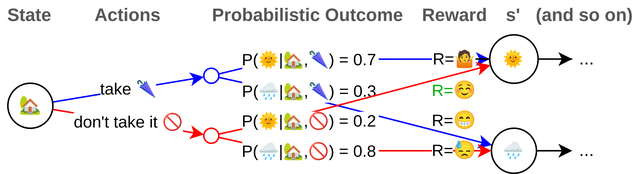
ros-wg-delib/rl_deliberation keeps this draw.io diagram as slides/media/mdp.drawio.png. Above is the earlier version. Source tidied: cells renumbered, new cells last; positions are measured from the earlier drawing's top-left corner, leaving out a move shared by most shapes. Source of this version:
```xml
<mxGraphModel>
  <root>
    <mxCell id="0" />
    <mxCell id="1" parent="0" />
    <mxCell id="2" value="take&amp;nbsp;&lt;span style=&quot;color: rgb(63, 63, 63);&quot;&gt;🌂&lt;/span&gt;" style="edgeStyle=none;html=1;labelBackgroundColor=default;strokeColor=#0000FF;" parent="1" edge="1" source="4" target="12">
      <mxGeometry relative="1" as="geometry" />
    </mxCell>
    <mxCell id="3" value="don't take it&amp;nbsp;🚫" style="edgeStyle=none;html=1;labelBackgroundColor=default;strokeColor=#FF0000;" parent="1" edge="1" source="4" target="11">
      <mxGeometry relative="1" as="geometry" />
    </mxCell>
    <mxCell id="4" value="🏡" style="ellipse;whiteSpace=wrap;html=1;" parent="1" vertex="1">
      <mxGeometry x="5.8" y="55" width="30" height="30" as="geometry" />
    </mxCell>
    <mxCell id="5" value="P(🌞|🏡,🌂) = 0.7" style="edgeStyle=none;strokeColor=#0000FF;" parent="1" edge="1" source="12" target="20">
      <mxGeometry x="-0.32" relative="1" as="geometry">
        <Array as="points">
          <mxPoint x="187" y="39" />
        </Array>
      </mxGeometry>
    </mxCell>
    <mxCell id="6" value="P(🌧️|🏡,🌂) = 0.3" style="edgeStyle=none;strokeColor=#0000FF;" parent="1" edge="1" source="12" target="9">
      <mxGeometry x="-0.35" y="5" relative="1" as="geometry">
        <Array as="points">
          <mxPoint x="187" y="60" />
        </Array>
      </mxGeometry>
    </mxCell>
    <mxCell id="7" value="P(🌞|🏡,🚫) = 0.2" style="edgeStyle=none;strokeColor=#FF0000;" parent="1" edge="1" source="11" target="20">
      <mxGeometry x="-0.35" y="-5" relative="1" as="geometry">
        <Array as="points">
          <mxPoint x="187" y="80" />
        </Array>
      </mxGeometry>
    </mxCell>
    <mxCell id="8" value="Actions" style="text;html=1;align=center;verticalAlign=middle;whiteSpace=wrap;rounded=0;fontStyle=1;fontColor=#575757;" parent="1" vertex="1">
      <mxGeometry x="55.8" y="-0.1" width="60" height="20" as="geometry" />
    </mxCell>
    <mxCell id="9" value="&lt;span style=&quot;color: rgb(0, 0, 0); font-size: 11px; text-wrap-mode: nowrap; background-color: rgb(255, 255, 255);&quot;&gt;🌧️&lt;/span&gt;" style="ellipse;whiteSpace=wrap;html=1;" parent="1" vertex="1">
      <mxGeometry x="328.1" y="85" width="30" height="30" as="geometry" />
    </mxCell>
    <mxCell id="10" value="P(🌧️|🏡,🚫) = 0.8" style="edgeStyle=none;strokeColor=#FF0000;" parent="1" edge="1" source="11" target="9">
      <mxGeometry x="-0.33" relative="1" as="geometry">
        <Array as="points">
          <mxPoint x="187" y="100" />
        </Array>
      </mxGeometry>
    </mxCell>
    <mxCell id="11" style="ellipse;whiteSpace=wrap;html=1;strokeColor=#FF0000;" parent="1" vertex="1">
      <mxGeometry x="136.4" y="85" width="10" height="10" as="geometry" />
    </mxCell>
    <mxCell id="12" style="ellipse;whiteSpace=wrap;html=1;strokeColor=#0000FF;" parent="1" vertex="1">
      <mxGeometry x="136.4" y="45" width="10" height="10" as="geometry" />
    </mxCell>
    <mxCell id="13" value="State" style="text;html=1;align=center;verticalAlign=middle;whiteSpace=wrap;rounded=0;fontStyle=1;fontColor=#575757;" parent="1" vertex="1">
      <mxGeometry x="0.1" y="-0.1" width="41.2" height="20" as="geometry" />
    </mxCell>
    <mxCell id="14" value="Probabilistic Outcome" style="text;html=1;align=center;verticalAlign=middle;whiteSpace=wrap;rounded=0;fontStyle=1;fontColor=#575757;" parent="1" vertex="1">
      <mxGeometry x="136.4" y="-0.1" width="140" height="20" as="geometry" />
    </mxCell>
    <mxCell id="15" style="edgeStyle=none;html=1;" parent="1" edge="1" source="9" target="16">
      <mxGeometry x="-0.03" relative="1" as="geometry" />
    </mxCell>
    <mxCell id="16" value="..." style="text;html=1;align=center;verticalAlign=middle;whiteSpace=wrap;rounded=0;" parent="1" vertex="1">
      <mxGeometry x="382" y="92.5" width="20" height="15" as="geometry" />
    </mxCell>
    <mxCell id="17" style="edgeStyle=none;html=1;" parent="1" edge="1" source="20" target="19">
      <mxGeometry x="-0.03" relative="1" as="geometry" />
    </mxCell>
    <mxCell id="18" style="edgeStyle=none;html=1;" parent="1" edge="1" source="19">
      <mxGeometry relative="1" as="geometry">
        <mxPoint x="302" y="38.9" as="targetPoint" />
      </mxGeometry>
    </mxCell>
    <mxCell id="19" value="..." style="text;html=1;align=center;verticalAlign=middle;whiteSpace=wrap;rounded=0;" parent="1" vertex="1">
      <mxGeometry x="382" y="31.4" width="20" height="15" as="geometry" />
    </mxCell>
    <mxCell id="20" value="&lt;span style=&quot;color: rgb(0, 0, 0); font-size: 11px; text-wrap-mode: nowrap; background-color: rgb(255, 255, 255);&quot;&gt;🌞&lt;/span&gt;" style="ellipse;whiteSpace=wrap;html=1;" parent="1" vertex="1">
      <mxGeometry x="327" y="22.8" width="32.2" height="32.2" as="geometry" />
    </mxCell>
    <mxCell id="21" value="&lt;span style=&quot;font-size: 11px; text-wrap-mode: nowrap; background-color: rgb(255, 255, 255);&quot;&gt;&lt;font style=&quot;color: rgb(0, 0, 0);&quot;&gt;R=🤷&lt;/font&gt;&lt;/span&gt;" style="text;html=1;align=center;verticalAlign=middle;whiteSpace=wrap;rounded=0;" parent="1" vertex="1">
      <mxGeometry x="287" y="30.4" width="32.8" height="17" as="geometry" />
    </mxCell>
    <mxCell id="22" value="&lt;font style=&quot;color: rgb(0, 176, 0);&quot;&gt;&lt;span style=&quot;font-size: 11px; text-wrap-mode: nowrap; background-color: rgb(255, 255, 255);&quot;&gt;&lt;font&gt;R=&lt;/font&gt;&lt;/span&gt;&lt;font&gt;☺️&lt;/font&gt;&lt;/font&gt;" style="text;html=1;align=center;verticalAlign=middle;whiteSpace=wrap;rounded=0;fontColor=#000000;" parent="1" vertex="1">
      <mxGeometry x="287" y="51" width="32.8" height="17" as="geometry" />
    </mxCell>
    <mxCell id="23" value="&lt;font style=&quot;color: rgb(0, 0, 0);&quot;&gt;&lt;font style=&quot;color: rgb(0, 0, 0);&quot;&gt;&lt;span style=&quot;font-size: 11px; text-wrap-mode: nowrap; background-color: rgb(255, 255, 255);&quot;&gt;R=&lt;/span&gt;&lt;/font&gt;😁&lt;/font&gt;" style="text;html=1;align=center;verticalAlign=middle;whiteSpace=wrap;rounded=0;fontColor=#000000;" parent="1" vertex="1">
      <mxGeometry x="287" y="71" width="32.8" height="17" as="geometry" />
    </mxCell>
    <mxCell id="24" value="&lt;span style=&quot;font-size: 11px; text-wrap-mode: nowrap; background-color: rgb(255, 255, 255);&quot;&gt;R=&lt;/span&gt;&lt;span style=&quot;&quot;&gt;😓&lt;/span&gt;" style="text;html=1;align=center;verticalAlign=middle;whiteSpace=wrap;rounded=0;fontColor=#000000;" parent="1" vertex="1">
      <mxGeometry x="287" y="91.5" width="32.8" height="17" as="geometry" />
    </mxCell>
    <mxCell id="25" value="Reward" style="text;html=1;align=center;verticalAlign=middle;whiteSpace=wrap;rounded=0;fontStyle=1;fontColor=#575757;" parent="1" vertex="1">
      <mxGeometry x="271.5" y="-0.1" width="63.8" height="20" as="geometry" />
    </mxCell>
    <mxCell id="26" value="(and so on)" style="text;html=1;align=center;verticalAlign=middle;whiteSpace=wrap;rounded=0;fontStyle=1;fontColor=#575757;" parent="1" vertex="1">
      <mxGeometry x="357" y="-0.1" width="66.9" height="20" as="geometry" />
    </mxCell>
    <mxCell id="27" value="s'" style="text;html=1;align=center;verticalAlign=middle;whiteSpace=wrap;rounded=0;fontStyle=1;fontColor=#575757;" parent="1" vertex="1">
      <mxGeometry x="332" y="-0.1" width="22.2" height="20" as="geometry" />
    </mxCell>
  </root>
</mxGraphModel>
```
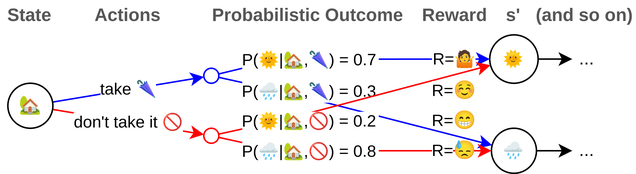
The same diagram one commit later.

Commit message:
fix text color

Change to the diagram source:
```diff
@@ -66,11 +66,6 @@
     <mxCell id="17" style="edgeStyle=none;html=1;" parent="1" edge="1" source="20" target="19">
       <mxGeometry x="-0.03" relative="1" as="geometry" />
     </mxCell>
-    <mxCell id="18" style="edgeStyle=none;html=1;" parent="1" edge="1" source="19">
-      <mxGeometry relative="1" as="geometry">
-        <mxPoint x="302" y="38.9" as="targetPoint" />
-      </mxGeometry>
-    </mxCell>
     <mxCell id="19" value="..." style="text;html=1;align=center;verticalAlign=middle;whiteSpace=wrap;rounded=0;" parent="1" vertex="1">
       <mxGeometry x="382" y="31.4" width="20" height="15" as="geometry" />
     </mxCell>
@@ -80,10 +75,10 @@
     <mxCell id="21" value="&lt;span style=&quot;font-size: 11px; text-wrap-mode: nowrap; background-color: rgb(255, 255, 255);&quot;&gt;&lt;font style=&quot;color: rgb(0, 0, 0);&quot;&gt;R=🤷&lt;/font&gt;&lt;/span&gt;" style="text;html=1;align=center;verticalAlign=middle;whiteSpace=wrap;rounded=0;" parent="1" vertex="1">
       <mxGeometry x="287" y="30.4" width="32.8" height="17" as="geometry" />
     </mxCell>
-    <mxCell id="22" value="&lt;font style=&quot;color: rgb(0, 176, 0);&quot;&gt;&lt;span style=&quot;font-size: 11px; text-wrap-mode: nowrap; background-color: rgb(255, 255, 255);&quot;&gt;&lt;font&gt;R=&lt;/font&gt;&lt;/span&gt;&lt;font&gt;☺️&lt;/font&gt;&lt;/font&gt;" style="text;html=1;align=center;verticalAlign=middle;whiteSpace=wrap;rounded=0;fontColor=#000000;" parent="1" vertex="1">
+    <mxCell id="22" value="&lt;font style=&quot;color: rgb(0, 0, 0);&quot;&gt;&lt;span style=&quot;font-size: 11px; text-wrap-mode: nowrap; background-color: rgb(255, 255, 255);&quot;&gt;&lt;font style=&quot;&quot;&gt;R=&lt;/font&gt;&lt;/span&gt;&lt;font style=&quot;&quot;&gt;☺️&lt;/font&gt;&lt;/font&gt;" style="text;html=1;align=center;verticalAlign=middle;whiteSpace=wrap;rounded=0;fontColor=#000000;" parent="1" vertex="1">
       <mxGeometry x="287" y="51" width="32.8" height="17" as="geometry" />
     </mxCell>
-    <mxCell id="23" value="&lt;font style=&quot;color: rgb(0, 0, 0);&quot;&gt;&lt;font style=&quot;color: rgb(0, 0, 0);&quot;&gt;&lt;span style=&quot;font-size: 11px; text-wrap-mode: nowrap; background-color: rgb(255, 255, 255);&quot;&gt;R=&lt;/span&gt;&lt;/font&gt;😁&lt;/font&gt;" style="text;html=1;align=center;verticalAlign=middle;whiteSpace=wrap;rounded=0;fontColor=#000000;" parent="1" vertex="1">
+    <mxCell id="23" value="&lt;font style=&quot;color: rgb(0, 0, 0);&quot;&gt;&lt;font&gt;&lt;span style=&quot;font-size: 11px; text-wrap-mode: nowrap; background-color: rgb(255, 255, 255);&quot;&gt;R=&lt;/span&gt;&lt;/font&gt;😁&lt;/font&gt;" style="text;html=1;align=center;verticalAlign=middle;whiteSpace=wrap;rounded=0;fontColor=#000000;" parent="1" vertex="1">
       <mxGeometry x="287" y="71" width="32.8" height="17" as="geometry" />
     </mxCell>
     <mxCell id="24" value="&lt;span style=&quot;font-size: 11px; text-wrap-mode: nowrap; background-color: rgb(255, 255, 255);&quot;&gt;R=&lt;/span&gt;&lt;span style=&quot;&quot;&gt;😓&lt;/span&gt;" style="text;html=1;align=center;verticalAlign=middle;whiteSpace=wrap;rounded=0;fontColor=#000000;" parent="1" vertex="1">
```
